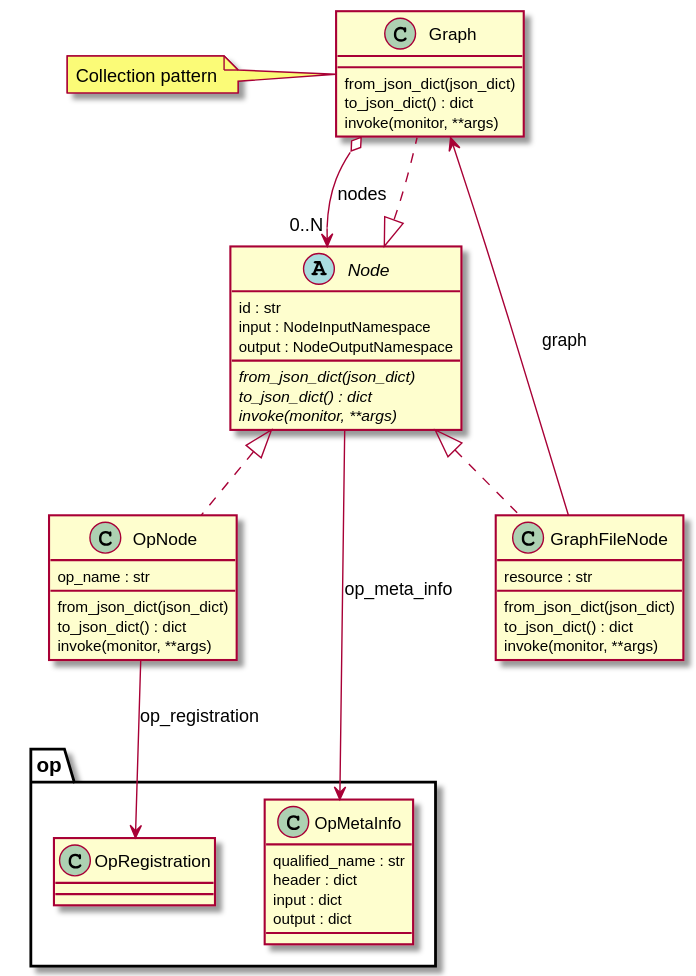
CCI-Tools/cate keeps this PlantUML diagram as doc/source/_static/uml/graph.svg. Above is the earlier version. Its source is kept beside it as doc/source/uml/graph.puml.
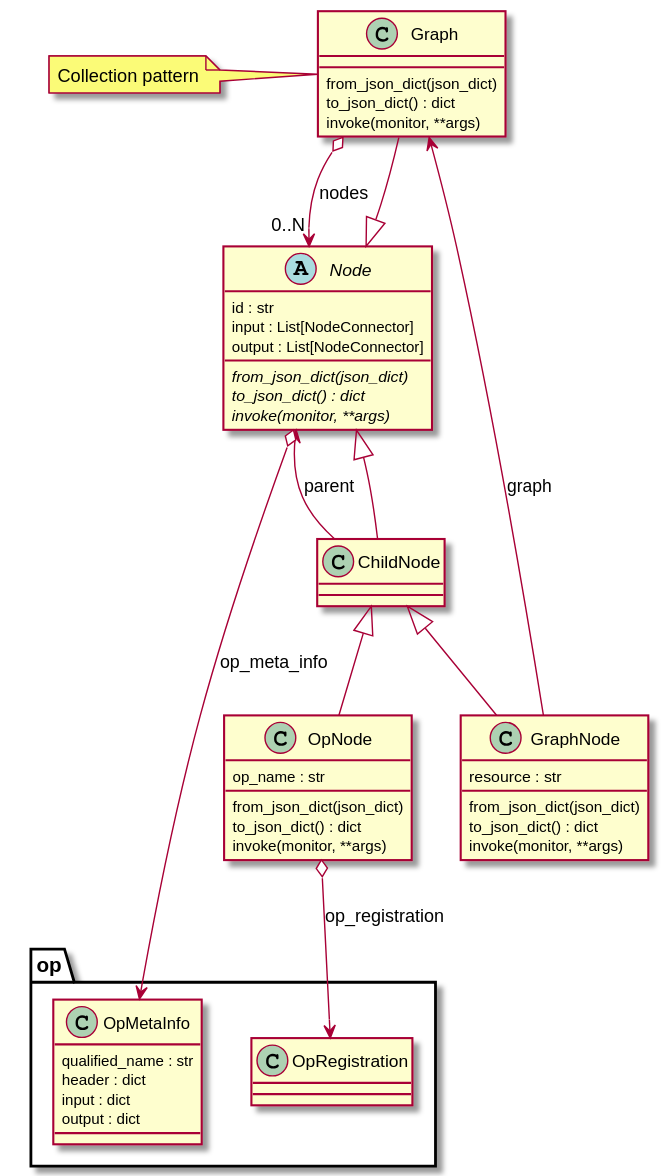
The same file after the commit.

The edit, as a diff of the source:
```diff
@@ -2,27 +2,30 @@
 
 abstract Node {
     id : str
-    input : NodeInputNamespace
-    output : NodeOutputNamespace
+    input : List[NodeConnector]
+    output : List[NodeConnector]
     {abstract} from_json_dict(json_dict)
     {abstract} to_json_dict() : dict
     {abstract} invoke(monitor, **args)
 }
 
-class Graph implements Node {
+class Graph extends Node {
     from_json_dict(json_dict)
     to_json_dict() : dict
     invoke(monitor, **args)
 }
 
-class GraphNode implements Node {
+class ChildNode extends Node {
+}
+
+class GraphNode extends ChildNode {
     resource : str
     from_json_dict(json_dict)
     to_json_dict() : dict
     invoke(monitor, **args)
 }
 
-class OpNode implements Node {
+class OpNode extends ChildNode {
     op_name : str
     from_json_dict(json_dict)
     to_json_dict() : dict
@@ -37,9 +40,10 @@
 }
 
 GraphNode --> Graph: graph
-OpNode --> op.OpRegistration : op_registration
-Node --> op.OpMetaInfo: op_meta_info
+OpNode o--> op.OpRegistration : op_registration
+Node o--> op.OpMetaInfo: op_meta_info
 Graph o--> "0..N" Node: nodes
+ChildNode --> Node : parent
 
 
 note left of Graph
```
